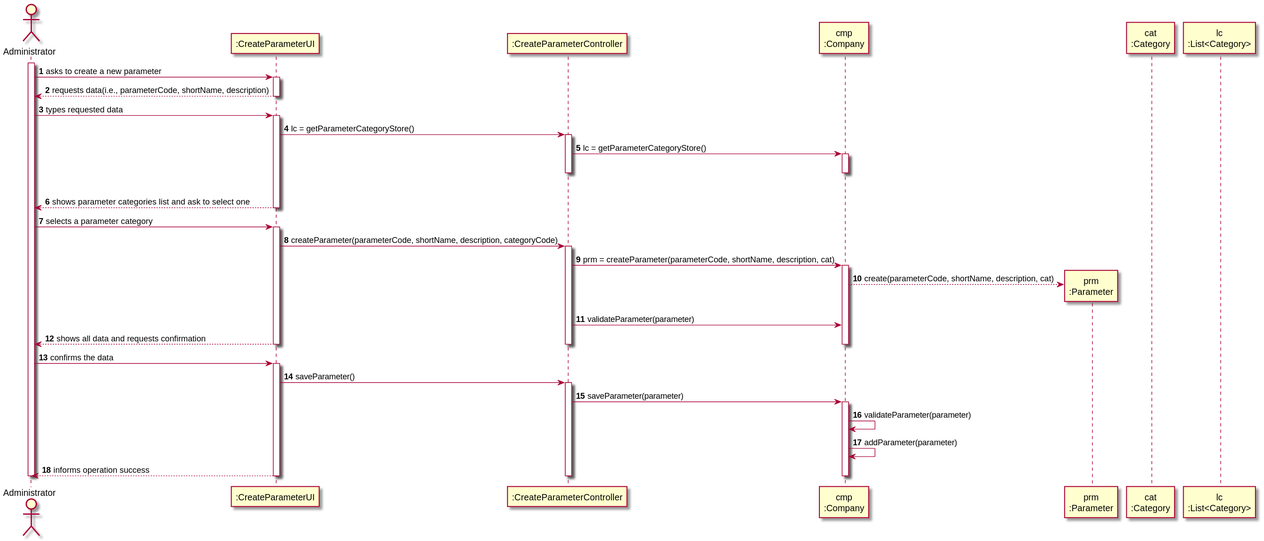
This is docs/SprintB/US_10/US010_SD.svg from ana-albergaria/LAPR2-ISEP, a PlantUML export, as it was before one commit.
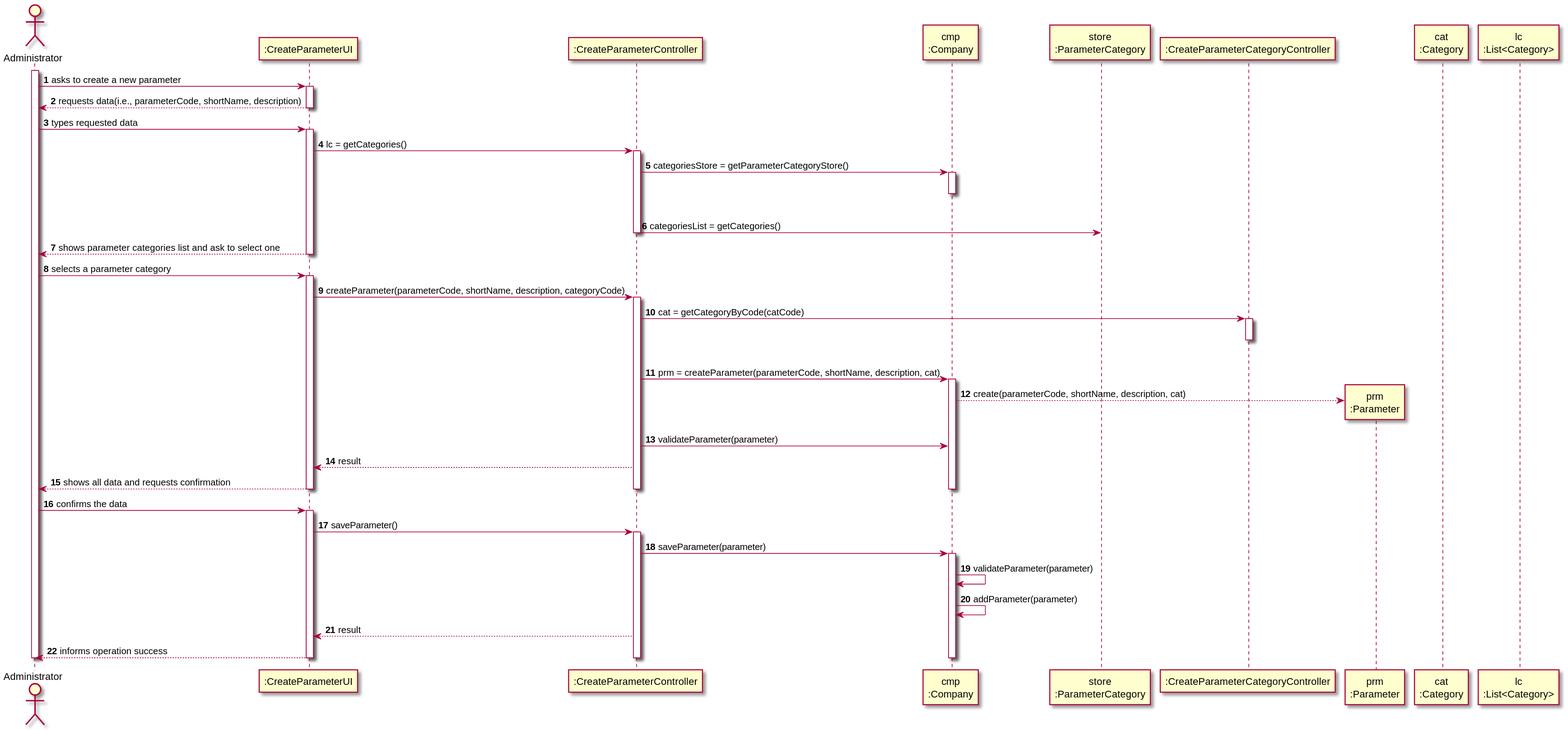
Above is the later version.

What changed in the source:
```diff
@@ -5,6 +5,8 @@
 participant ":CreateParameterUI" as UI
 participant ":CreateParameterController" as CTRL
 participant "cmp\n:Company" as CMP
+participant "store\n:ParameterCategory" as store
+participant ":CreateParameterCategoryController" as PCCTRL
 participant "prm\n:Parameter" as PRM
 participant "cat\n:Category" as CAT
 participant "lc\n:List<Category>" as LIST_CAT
@@ -18,13 +20,14 @@
 ADM -> UI : types requested data
 activate UI
 
-UI -> CTRL : lc = getParameterCategoryStore()
+UI -> CTRL : lc = getCategories()
 activate CTRL
 
-CTRL -> CMP : lc = getParameterCategoryStore()
+CTRL -> CMP : categoriesStore = getParameterCategoryStore()
 activate CMP
 |||
 deactivate CMP
+CTRL -> store : categoriesList = getCategories()
 deactivate CTRL
 
 UI --> ADM : shows parameter categories list and ask to select one
@@ -37,6 +40,10 @@
 UI -> CTRL : createParameter(parameterCode, shortName, description, categoryCode)
 activate CTRL
 
+CTRL -> PCCTRL : cat = getCategoryByCode(catCode)
+activate PCCTRL
+|||
+deactivate PCCTRL
 
 
 
@@ -46,6 +53,7 @@
 CMP --> PRM**: create(parameterCode, shortName, description, cat)
 CTRL -> CMP: validateParameter(parameter)
 
+CTRL --> UI: result
 
 UI --> ADM: shows all data and requests confirmation
 deactivate CMP
@@ -63,6 +71,7 @@
 CMP -> CMP: validateParameter(parameter)
 CMP -> CMP: addParameter(parameter)
 
+CTRL --> UI: result
 
 UI --> ADM : informs operation success
 deactivate CMP
```
